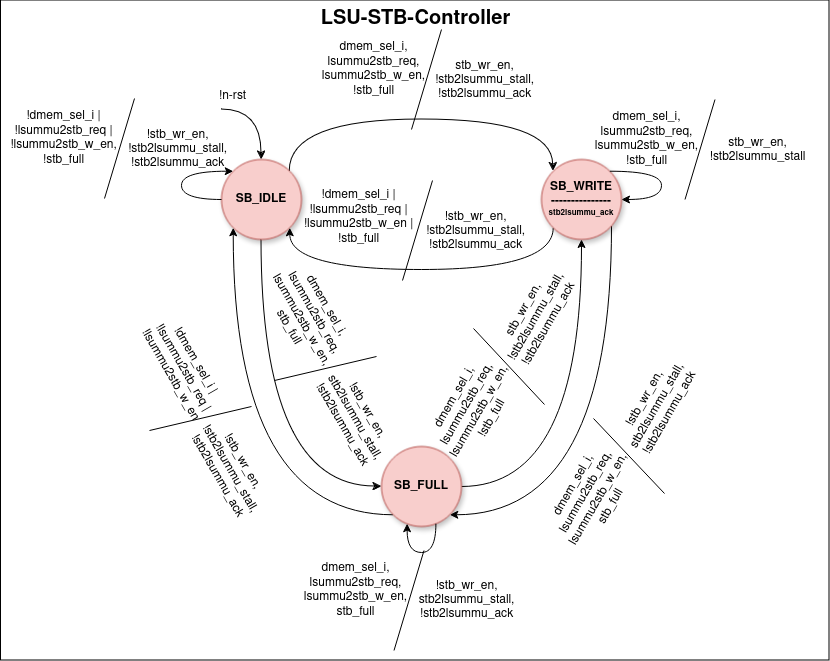
Earlier version of the draw.io export docs/stb_lsu_controller.png (Fazail333/Store-Buffer). Source tidied: cells renumbered, new cells last; positions are measured from the earlier drawing's top-left corner, leaving out a move shared by most shapes.
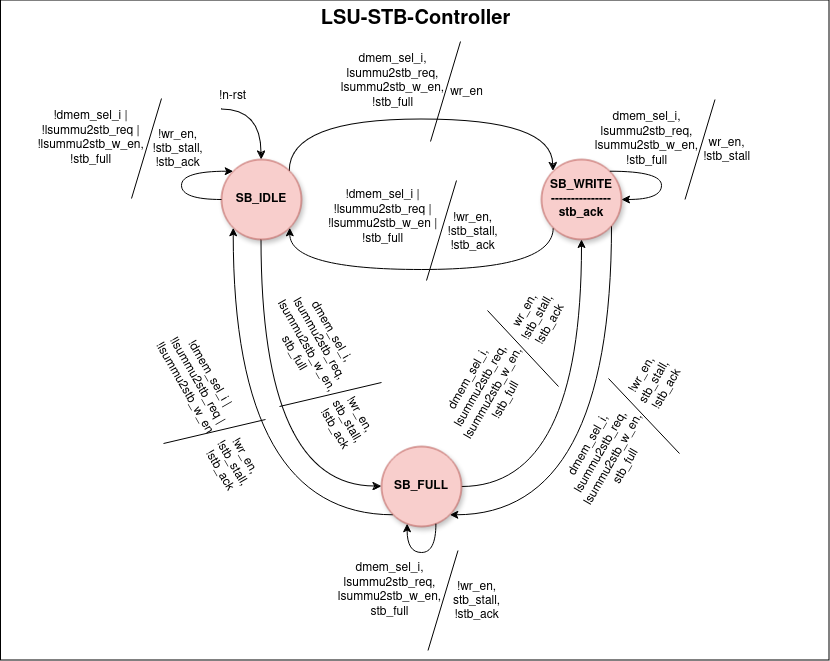
The same file after the commit.

Diff of the diagram source:
```diff
@@ -42,7 +42,7 @@
         </Array>
       </mxGeometry>
     </mxCell>
-    <mxCell id="9" value="&lt;div&gt;SB_WRITE&lt;/div&gt;&lt;div&gt;---------------&lt;/div&gt;&lt;div style=&quot;font-size: 8px;&quot;&gt;&lt;font style=&quot;font-size: 8px;&quot;&gt;stb2lsummu_ack&lt;br&gt;&lt;/font&gt;&lt;/div&gt;" style="ellipse;whiteSpace=wrap;html=1;fontStyle=1;fillColor=#f8cecc;strokeColor=#b85450;shadow=1;" parent="1" vertex="1">
+    <mxCell id="9" value="&lt;div&gt;SB_WRITE&lt;/div&gt;&lt;div&gt;---------------&lt;/div&gt;&lt;div style=&quot;&quot;&gt;&lt;font style=&quot;font-size: 12px;&quot;&gt;stb_ack&lt;font style=&quot;font-size: 12px;&quot;&gt;&lt;br&gt;&lt;/font&gt;&lt;/font&gt;&lt;/div&gt;" style="ellipse;whiteSpace=wrap;html=1;fontStyle=1;fillColor=#f8cecc;strokeColor=#b85450;shadow=1;" parent="1" vertex="1">
       <mxGeometry x="540" y="159" width="80" height="80" as="geometry" />
     </mxCell>
     <mxCell id="10" style="edgeStyle=orthogonalEdgeStyle;rounded=0;jettySize=auto;html=1;exitX=1;exitY=0.5;exitDx=0;exitDy=0;entryX=0.5;entryY=1;entryDx=0;entryDy=0;curved=1;" parent="1" edge="1" source="12" target="9">
@@ -61,28 +61,28 @@
     <mxCell id="13" value="!n-rst" style="text;html=1;align=center;verticalAlign=middle;strokeColor=none;fillColor=none;" parent="1" vertex="1">
       <mxGeometry x="206" y="81" width="50" height="30" as="geometry" />
     </mxCell>
-    <mxCell id="14" value="&lt;div&gt;stb_wr_en,&lt;/div&gt;&lt;div&gt;!stb2lsummu_stall,&lt;/div&gt;&lt;div&gt;!stb2lsummu_ack&lt;br&gt;&lt;/div&gt;" style="text;html=1;align=center;verticalAlign=middle;strokeColor=none;fillColor=none;fontStyle=0;" parent="1" vertex="1">
-      <mxGeometry x="424" y="52" width="117" height="55" as="geometry" />
+    <mxCell id="14" value="&lt;div&gt;wr_en&lt;/div&gt;" style="text;html=1;align=center;verticalAlign=middle;strokeColor=none;fillColor=none;fontStyle=0;" parent="1" vertex="1">
+      <mxGeometry x="439" y="79" width="51" height="26" as="geometry" />
     </mxCell>
     <mxCell id="15" value="&lt;div&gt;dmem_sel_i, &lt;br&gt;&lt;/div&gt;&lt;div&gt;lsummu2stb_req,&lt;/div&gt;&lt;div&gt;lsummu2stb_w_en,&lt;/div&gt;&lt;div&gt;!stb_full&lt;/div&gt;" style="text;html=1;align=center;verticalAlign=middle;strokeColor=none;fillColor=none;fontStyle=0;" parent="1" vertex="1">
-      <mxGeometry x="306.5" y="34" width="130" height="70" as="geometry" />
+      <mxGeometry x="325.5" y="46" width="130" height="70" as="geometry" />
     </mxCell>
     <mxCell id="16" style="endArrow=none;html=1;rounded=0;" parent="1" edge="1">
       <mxGeometry relative="1" as="geometry">
-        <mxPoint x="410" y="129" as="sourcePoint" />
-        <mxPoint x="440" y="29" as="targetPoint" />
+        <mxPoint x="429" y="141" as="sourcePoint" />
+        <mxPoint x="459" y="41" as="targetPoint" />
       </mxGeometry>
     </mxCell>
-    <mxCell id="17" value="&lt;div&gt;!stb_wr_en,&lt;/div&gt;&lt;div&gt;stb2lsummu_stall,&lt;/div&gt;&lt;div&gt;!stb2lsummu_ack&lt;br&gt;&lt;/div&gt;" style="text;html=1;align=center;verticalAlign=middle;strokeColor=none;fillColor=none;fontStyle=0;" parent="1" vertex="1">
-      <mxGeometry x="404.5" y="570" width="120" height="60" as="geometry" />
+    <mxCell id="17" value="&lt;div&gt;!wr_en,&lt;/div&gt;&lt;div&gt;stb_stall,&lt;/div&gt;&lt;div&gt;!stb_ack&lt;br&gt;&lt;/div&gt;" style="text;html=1;align=center;verticalAlign=middle;strokeColor=none;fillColor=none;fontStyle=0;" parent="1" vertex="1">
+      <mxGeometry x="442.5" y="573" width="65" height="55" as="geometry" />
     </mxCell>
     <mxCell id="18" value="&lt;div&gt;dmem_sel_i, &lt;br&gt;&lt;/div&gt;&lt;div&gt;lsummu2stb_req,&lt;/div&gt;&lt;div&gt;lsummu2stb_w_en,&lt;/div&gt;&lt;div&gt;stb_full&lt;/div&gt;" style="text;html=1;align=center;verticalAlign=middle;strokeColor=none;fillColor=none;fontStyle=0;" parent="1" vertex="1">
-      <mxGeometry x="289" y="555" width="130" height="70" as="geometry" />
+      <mxGeometry x="323" y="555" width="130" height="70" as="geometry" />
     </mxCell>
     <mxCell id="19" style="endArrow=none;html=1;rounded=0;" parent="1" edge="1">
       <mxGeometry relative="1" as="geometry">
-        <mxPoint x="392.5" y="650" as="sourcePoint" />
-        <mxPoint x="422.5" y="550" as="targetPoint" />
+        <mxPoint x="426.5" y="650" as="sourcePoint" />
+        <mxPoint x="456.5" y="550" as="targetPoint" />
       </mxGeometry>
     </mxCell>
     <mxCell id="20" style="edgeStyle=orthogonalEdgeStyle;rounded=0;orthogonalLoop=1;jettySize=auto;html=1;exitX=1;exitY=0;exitDx=0;exitDy=0;entryX=1;entryY=0.5;entryDx=0;entryDy=0;curved=1;" parent="1" edge="1" source="9" target="9">
@@ -93,8 +93,8 @@
         </Array>
       </mxGeometry>
     </mxCell>
-    <mxCell id="21" value="&lt;div&gt;stb_wr_en,&lt;/div&gt;&lt;div&gt;!stb2lsummu_stall&lt;/div&gt;" style="text;html=1;align=center;verticalAlign=middle;strokeColor=none;fillColor=none;fontStyle=0;" parent="1" vertex="1">
-      <mxGeometry x="698.5" y="129" width="114" height="41" as="geometry" />
+    <mxCell id="21" value="&lt;div&gt;wr_en,&lt;/div&gt;&lt;div&gt;!stb_stall&lt;/div&gt;" style="text;html=1;align=center;verticalAlign=middle;strokeColor=none;fillColor=none;fontStyle=0;" parent="1" vertex="1">
+      <mxGeometry x="692.5" y="129" width="65" height="41" as="geometry" />
     </mxCell>
     <mxCell id="22" value="&lt;div&gt;dmem_sel_i, &lt;br&gt;&lt;/div&gt;&lt;div&gt;lsummu2stb_req,&lt;/div&gt;&lt;div&gt;lsummu2stb_w_en,&lt;/div&gt;&lt;div&gt;!stb_full&lt;/div&gt;" style="text;html=1;align=center;verticalAlign=middle;strokeColor=none;fillColor=none;fontStyle=0;" parent="1" vertex="1">
       <mxGeometry x="580" y="104" width="130" height="70" as="geometry" />
@@ -116,55 +116,55 @@
     <mxCell id="25" style="group;rotation=-60;" parent="1" vertex="1">
       <mxGeometry x="389" y="317" width="235.5" height="100" as="geometry" />
     </mxCell>
-    <mxCell id="26" value="&lt;div&gt;stb_wr_en,&lt;/div&gt;&lt;div&gt;!stb2lsummu_stall,&lt;/div&gt;&lt;div&gt;!stb2lsummu_ack&lt;br&gt;&lt;/div&gt;" style="text;html=1;align=center;verticalAlign=middle;strokeColor=none;fillColor=none;fontStyle=0;rotation=-60;" parent="25" vertex="1">
-      <mxGeometry x="86" y="-30" width="120" height="60" as="geometry" />
+    <mxCell id="26" value="&lt;div&gt;wr_en,&lt;/div&gt;&lt;div&gt;!stb_stall,&lt;/div&gt;&lt;div&gt;!stb_ack&lt;br&gt;&lt;/div&gt;" style="text;html=1;align=center;verticalAlign=middle;strokeColor=none;fillColor=none;fontStyle=0;rotation=-60;" parent="25" vertex="1">
+      <mxGeometry x="113" y="-27" width="68" height="55" as="geometry" />
     </mxCell>
     <mxCell id="27" value="&lt;div&gt;dmem_sel_i, &lt;br&gt;&lt;/div&gt;&lt;div&gt;lsummu2stb_req,&lt;/div&gt;&lt;div&gt;lsummu2stb_w_en,&lt;/div&gt;&lt;div&gt;!stb_full&lt;/div&gt;" style="text;html=1;align=center;verticalAlign=middle;strokeColor=none;fillColor=none;fontStyle=0;rotation=-60;" parent="25" vertex="1">
-      <mxGeometry x="18" y="56" width="130" height="70" as="geometry" />
+      <mxGeometry x="32" y="38" width="130" height="70" as="geometry" />
     </mxCell>
     <mxCell id="28" style="endArrow=none;html=1;rounded=0;" parent="25" edge="1">
       <mxGeometry relative="1" as="geometry">
-        <mxPoint x="154" y="87" as="sourcePoint" />
-        <mxPoint x="83" y="11" as="targetPoint" />
+        <mxPoint x="168" y="69" as="sourcePoint" />
+        <mxPoint x="97" y="-7" as="targetPoint" />
       </mxGeometry>
     </mxCell>
     <mxCell id="29" style="group;rotation=60;" parent="1" vertex="1">
-      <mxGeometry x="206" y="317" width="235.5" height="100" as="geometry" />
+      <mxGeometry x="206" y="317" width="235.5" height="128" as="geometry" />
     </mxCell>
-    <mxCell id="30" value="&lt;div&gt;!stb_wr_en,&lt;/div&gt;&lt;div&gt;stb2lsummu_stall,&lt;/div&gt;&lt;div&gt;!stb2lsummu_ack&lt;br&gt;&lt;/div&gt;" style="text;html=1;align=center;verticalAlign=middle;strokeColor=none;fillColor=none;fontStyle=0;rotation=60;" parent="29" vertex="1">
-      <mxGeometry x="87" y="70" width="120" height="60" as="geometry" />
+    <mxCell id="30" value="&lt;div&gt;!wr_en,&lt;/div&gt;&lt;div&gt;stb_stall,&lt;/div&gt;&lt;div&gt;!stb_ack&lt;br&gt;&lt;/div&gt;" style="text;html=1;align=center;verticalAlign=middle;strokeColor=none;fillColor=none;fontStyle=0;rotation=60;" parent="29" vertex="1">
+      <mxGeometry x="107" y="76" width="65" height="55" as="geometry" />
     </mxCell>
     <mxCell id="31" value="&lt;div&gt;dmem_sel_i, &lt;br&gt;&lt;/div&gt;&lt;div&gt;lsummu2stb_req,&lt;/div&gt;&lt;div&gt;lsummu2stb_w_en,&lt;/div&gt;&lt;div&gt;stb_full&lt;/div&gt;" style="text;html=1;align=center;verticalAlign=middle;strokeColor=none;fillColor=none;fontStyle=0;rotation=60;" parent="29" vertex="1">
-      <mxGeometry x="35" y="-36" width="130" height="70" as="geometry" />
+      <mxGeometry x="40" y="-10" width="130" height="70" as="geometry" />
     </mxCell>
     <mxCell id="32" style="endArrow=none;html=1;rounded=0;" parent="29" edge="1">
       <mxGeometry relative="1" as="geometry">
-        <mxPoint x="67" y="63" as="sourcePoint" />
-        <mxPoint x="169" y="39" as="targetPoint" />
+        <mxPoint x="72" y="89" as="sourcePoint" />
+        <mxPoint x="174" y="65" as="targetPoint" />
       </mxGeometry>
     </mxCell>
-    <mxCell id="33" value="&lt;div&gt;!stb_wr_en,&lt;/div&gt;&lt;div&gt;stb2lsummu_stall,&lt;/div&gt;&lt;div&gt;!stb2lsummu_ack&lt;br&gt;&lt;/div&gt;" style="text;html=1;align=center;verticalAlign=middle;strokeColor=none;fillColor=none;fontStyle=0;rotation=-60;" parent="1" vertex="1">
-      <mxGeometry x="596" y="376" width="120" height="60" as="geometry" />
+    <mxCell id="33" value="&lt;div&gt;!wr_en,&lt;/div&gt;&lt;div&gt;stb_stall,&lt;/div&gt;&lt;div&gt;!stb_ack&lt;br&gt;&lt;/div&gt;" style="text;html=1;align=center;verticalAlign=middle;strokeColor=none;fillColor=none;fontStyle=0;rotation=-60;" parent="1" vertex="1">
+      <mxGeometry x="620" y="355" width="65" height="55" as="geometry" />
     </mxCell>
     <mxCell id="34" value="&lt;div&gt;dmem_sel_i, &lt;br&gt;&lt;/div&gt;&lt;div&gt;lsummu2stb_req,&lt;/div&gt;&lt;div&gt;lsummu2stb_w_en,&lt;/div&gt;&lt;div&gt;stb_full&lt;/div&gt;" style="text;html=1;align=center;verticalAlign=middle;strokeColor=none;fillColor=none;fontStyle=0;rotation=-60;" parent="1" vertex="1">
-      <mxGeometry x="526" y="461" width="130" height="70" as="geometry" />
+      <mxGeometry x="541" y="421" width="130" height="70" as="geometry" />
     </mxCell>
     <mxCell id="35" style="endArrow=none;html=1;rounded=0;" parent="1" edge="1">
       <mxGeometry relative="1" as="geometry">
-        <mxPoint x="663" y="493" as="sourcePoint" />
-        <mxPoint x="592" y="418" as="targetPoint" />
+        <mxPoint x="678" y="453" as="sourcePoint" />
+        <mxPoint x="607" y="378" as="targetPoint" />
       </mxGeometry>
     </mxCell>
-    <mxCell id="36" value="&lt;div&gt;!stb_wr_en,&lt;/div&gt;&lt;div&gt;!stb2lsummu_stall,&lt;/div&gt;&lt;div&gt;!stb2lsummu_ack&lt;br&gt;&lt;/div&gt;" style="text;html=1;align=center;verticalAlign=middle;strokeColor=none;fillColor=none;fontStyle=0;rotation=60;" parent="1" vertex="1">
-      <mxGeometry x="170" y="440" width="117" height="55" as="geometry" />
+    <mxCell id="36" value="&lt;div&gt;!wr_en,&lt;/div&gt;&lt;div&gt;!stb_stall,&lt;/div&gt;&lt;div&gt;!stb_ack&lt;br&gt;&lt;/div&gt;" style="text;html=1;align=center;verticalAlign=middle;strokeColor=none;fillColor=none;fontStyle=0;rotation=60;" parent="1" vertex="1">
+      <mxGeometry x="197" y="435" width="68" height="55" as="geometry" />
     </mxCell>
     <mxCell id="37" value="&lt;div&gt;!dmem_sel_i |&lt;br&gt;&lt;/div&gt;&lt;div&gt;!lsummu2stb_req |&lt;br&gt;&lt;/div&gt;&lt;div&gt;!lsummu2stb_w_en&lt;/div&gt;" style="text;html=1;align=center;verticalAlign=middle;strokeColor=none;fillColor=none;fontStyle=0;rotation=60;" parent="1" vertex="1">
-      <mxGeometry x="121" y="339" width="121" height="55" as="geometry" />
+      <mxGeometry x="135" y="352" width="121" height="55" as="geometry" />
     </mxCell>
     <mxCell id="38" style="endArrow=none;html=1;rounded=0;" parent="1" edge="1">
       <mxGeometry relative="1" as="geometry">
-        <mxPoint x="148" y="430" as="sourcePoint" />
-        <mxPoint x="250" y="406" as="targetPoint" />
+        <mxPoint x="162" y="443" as="sourcePoint" />
+        <mxPoint x="264" y="419" as="targetPoint" />
       </mxGeometry>
     </mxCell>
     <mxCell id="39" style="edgeStyle=orthogonalEdgeStyle;rounded=0;orthogonalLoop=1;jettySize=auto;html=1;exitX=0;exitY=0.5;exitDx=0;exitDy=0;entryX=0;entryY=0;entryDx=0;entryDy=0;curved=1;" parent="1" edge="1" source="6" target="6">
@@ -175,29 +175,29 @@
         </Array>
       </mxGeometry>
     </mxCell>
-    <mxCell id="40" value="&lt;div&gt;!stb_wr_en,&lt;/div&gt;&lt;div&gt;!stb2lsummu_stall,&lt;/div&gt;&lt;div&gt;!stb2lsummu_ack&lt;br&gt;&lt;/div&gt;" style="text;html=1;align=center;verticalAlign=middle;strokeColor=none;fillColor=none;fontStyle=0;" parent="1" vertex="1">
-      <mxGeometry x="117" y="121" width="117" height="55" as="geometry" />
+    <mxCell id="40" value="&lt;div&gt;!wr_en,&lt;/div&gt;&lt;div&gt;!stb_stall,&lt;/div&gt;&lt;div&gt;!stb_ack&lt;br&gt;&lt;/div&gt;" style="text;html=1;align=center;verticalAlign=middle;strokeColor=none;fillColor=none;fontStyle=0;" parent="1" vertex="1">
+      <mxGeometry x="142" y="121" width="68" height="55" as="geometry" />
     </mxCell>
     <mxCell id="41" value="&lt;div&gt;!dmem_sel_i |&lt;br&gt;&lt;/div&gt;&lt;div&gt;!lsummu2stb_req |&lt;br&gt;&lt;/div&gt;&lt;div&gt;!lsummu2stb_w_en,&lt;br&gt;&lt;/div&gt;&lt;div&gt;!stb_full&lt;/div&gt;" style="text;html=1;align=center;verticalAlign=middle;strokeColor=none;fillColor=none;fontStyle=0;" parent="1" vertex="1">
-      <mxGeometry x="-0.5" y="103" width="125" height="70" as="geometry" />
+      <mxGeometry x="26.5" y="103" width="125" height="70" as="geometry" />
     </mxCell>
     <mxCell id="42" style="endArrow=none;html=1;rounded=0;" parent="1" edge="1">
       <mxGeometry relative="1" as="geometry">
-        <mxPoint x="103" y="198" as="sourcePoint" />
-        <mxPoint x="133" y="98" as="targetPoint" />
+        <mxPoint x="130" y="198" as="sourcePoint" />
+        <mxPoint x="160" y="98" as="targetPoint" />
       </mxGeometry>
     </mxCell>
-    <mxCell id="43" value="&lt;div&gt;!stb_wr_en,&lt;/div&gt;&lt;div&gt;!stb2lsummu_stall,&lt;/div&gt;&lt;div&gt;!stb2lsummu_ack&lt;br&gt;&lt;/div&gt;" style="text;html=1;align=center;verticalAlign=middle;strokeColor=none;fillColor=none;fontStyle=0;" parent="1" vertex="1">
-      <mxGeometry x="415" y="203" width="117" height="55" as="geometry" />
+    <mxCell id="43" value="&lt;div&gt;!wr_en,&lt;/div&gt;&lt;div&gt;!stb_stall,&lt;/div&gt;&lt;div&gt;!stb_ack&lt;br&gt;&lt;/div&gt;" style="text;html=1;align=center;verticalAlign=middle;strokeColor=none;fillColor=none;fontStyle=0;" parent="1" vertex="1">
+      <mxGeometry x="437" y="204" width="68" height="55" as="geometry" />
     </mxCell>
     <mxCell id="44" style="endArrow=none;html=1;rounded=0;" parent="1" edge="1">
       <mxGeometry relative="1" as="geometry">
-        <mxPoint x="401" y="280" as="sourcePoint" />
-        <mxPoint x="431" y="180" as="targetPoint" />
+        <mxPoint x="425" y="280" as="sourcePoint" />
+        <mxPoint x="455" y="180" as="targetPoint" />
       </mxGeometry>
     </mxCell>
     <mxCell id="45" value="&lt;div&gt;!dmem_sel_i | &lt;br&gt;&lt;/div&gt;&lt;div&gt;!lsummu2stb_req |&lt;br&gt;&lt;/div&gt;&lt;div&gt;!lsummu2stb_w_en |&lt;br&gt;&lt;/div&gt;&lt;div&gt;!stb_full&lt;/div&gt;" style="text;html=1;align=center;verticalAlign=middle;strokeColor=none;fillColor=none;fontStyle=0;" parent="1" vertex="1">
-      <mxGeometry x="293" y="182" width="128" height="70" as="geometry" />
+      <mxGeometry x="317" y="182" width="128" height="70" as="geometry" />
     </mxCell>
   </root>
 </mxGraphModel>
```
